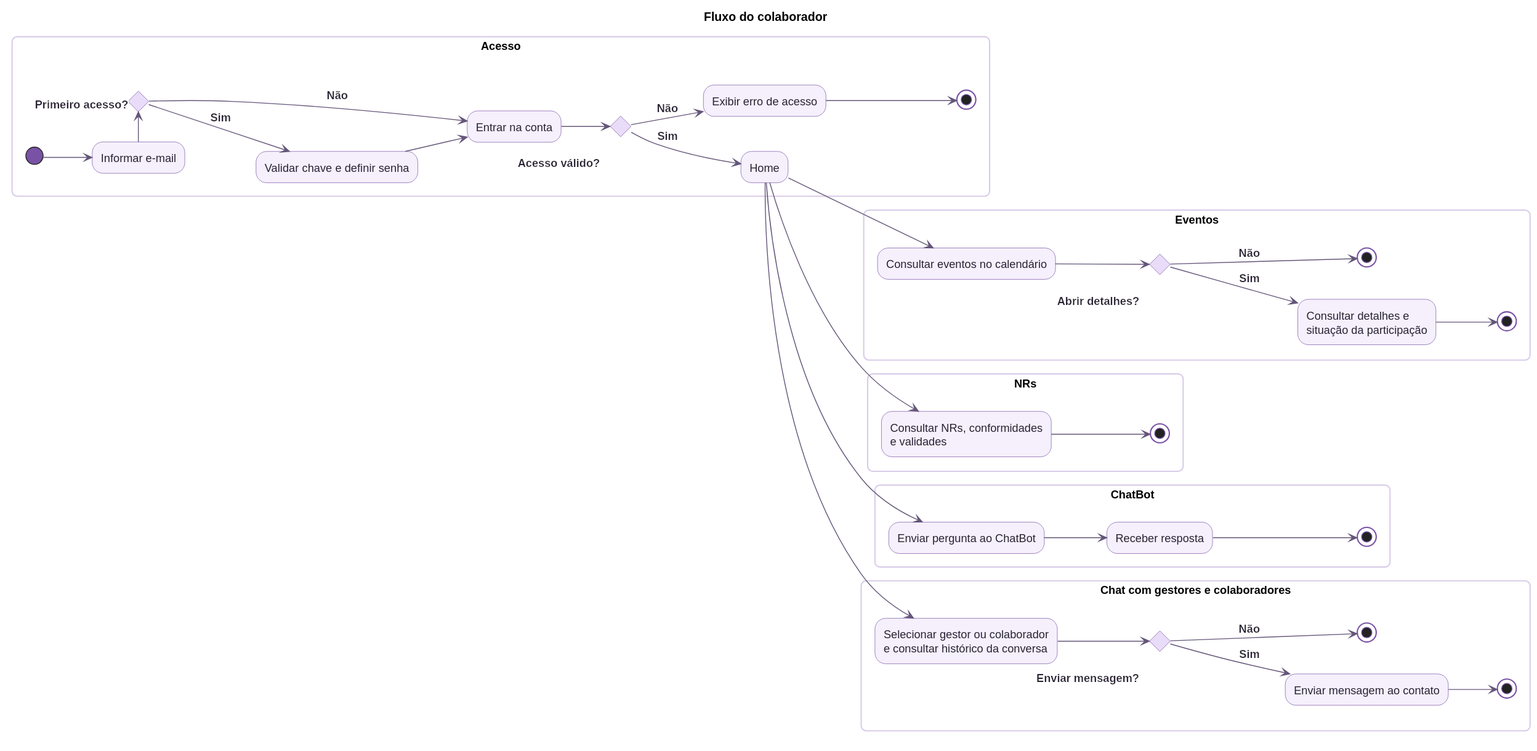
Before: diagrams/rendered/fluxo_colaborador.svg, a diagram exported from PlantUML (Astro-Inter/astro-eqs-diagrams).
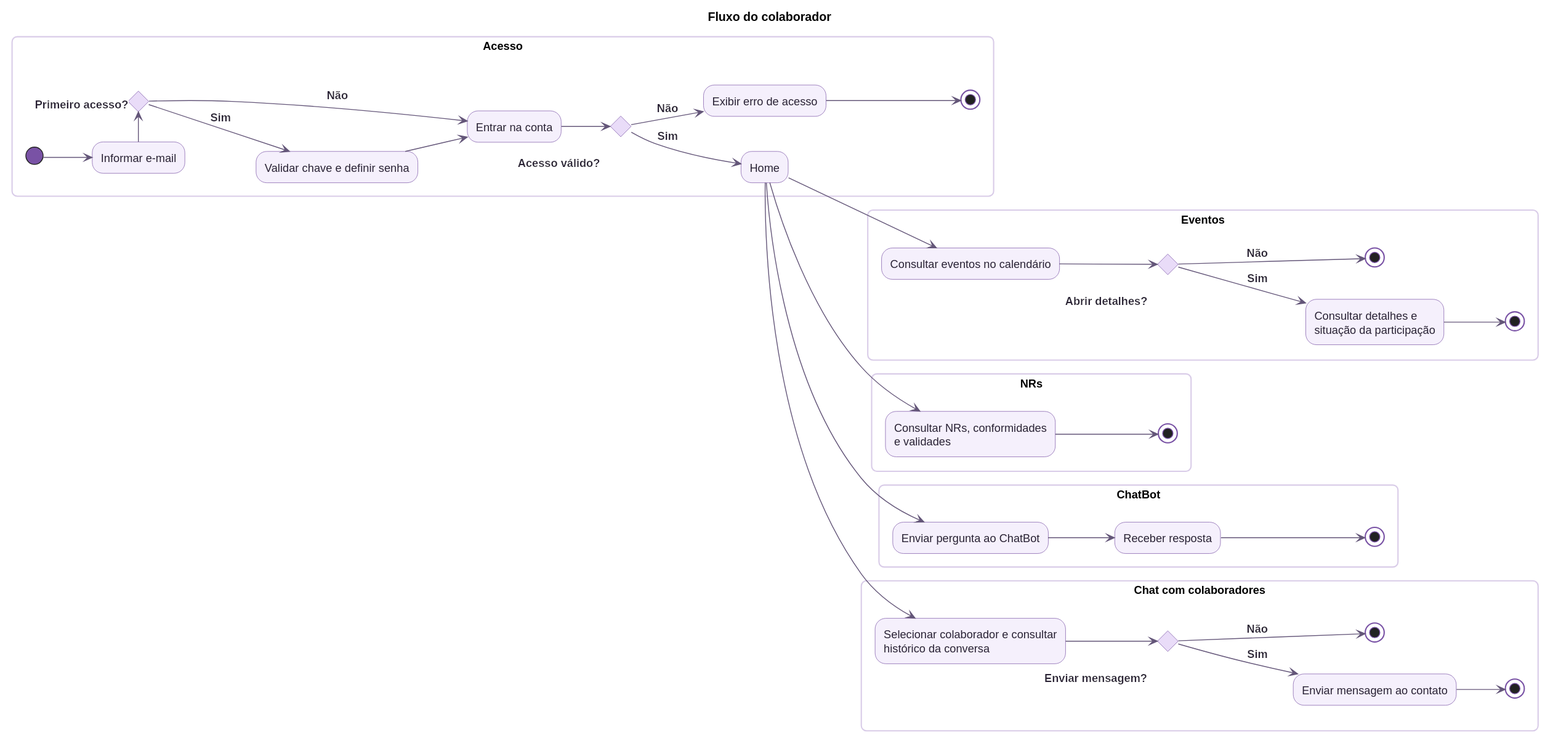
After the change.

Commit message:
docs(SCRUM-558): simplificar nome do chat com colaboradores

Change to the diagram source:
```diff
@@ -44,8 +44,8 @@
   --> (*5)
 }
 
-partition "Chat com gestores e colaboradores" {
-  home --> "Selecionar gestor ou colaborador\ne consultar histórico da conversa" as contato
+partition "Chat com colaboradores" {
+  home --> "Selecionar colaborador e consultar\nhistórico da conversa" as contato
   --> if "\n\n<back:white>Enviar mensagem?   </back>" then
     -->[<back:white>Sim</back>] "Enviar mensagem ao contato" as mensagem
     --> (*6)
```
